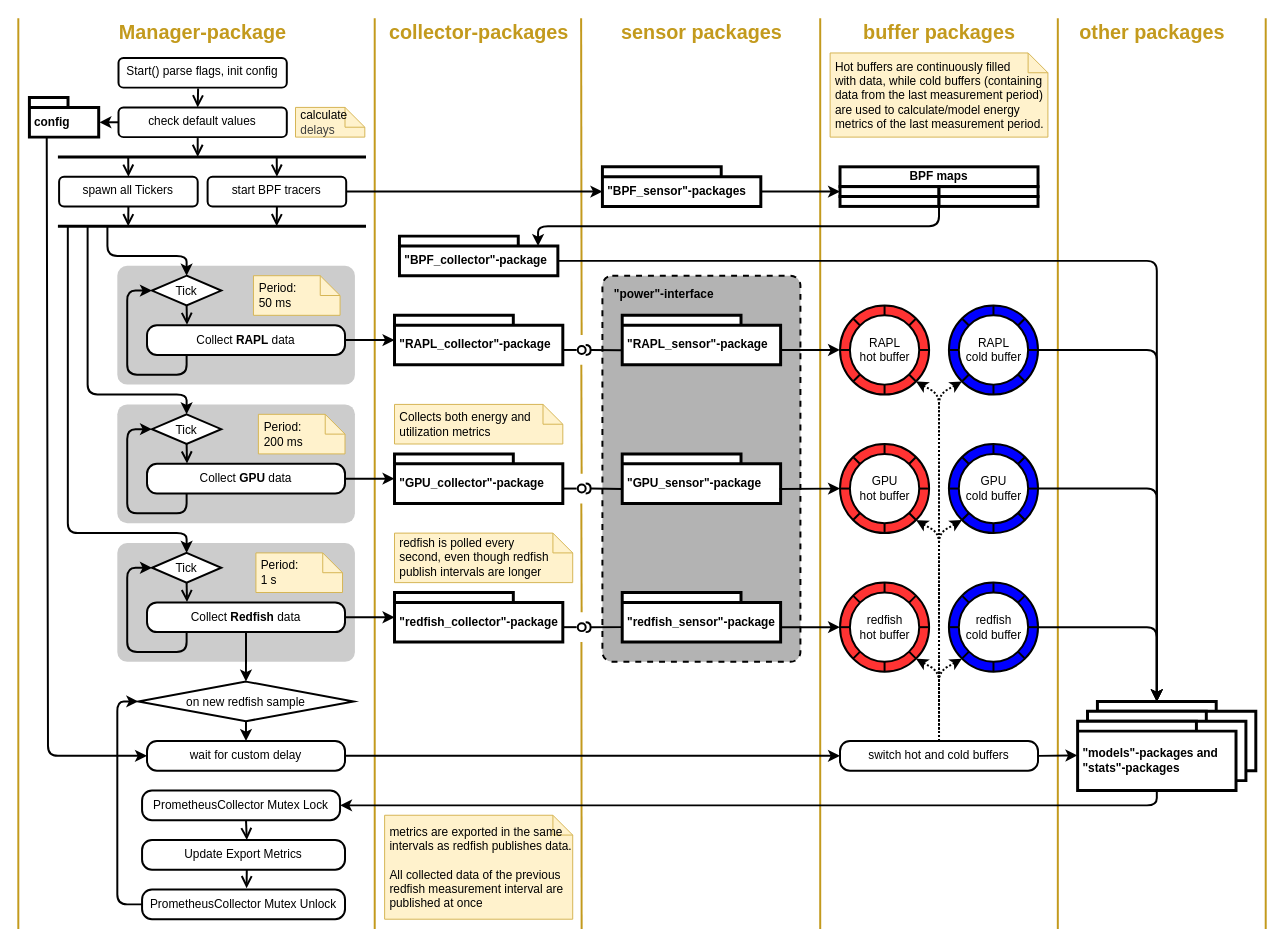
Above: doc_tycho/diagrams/drawio/tycho_activityDiagram.drawio in casparwackerle/tycho-energy (draw.io), before the change. Source tidied: cells renumbered, new cells numbered last; positions are measured from the earlier drawing's top-left corner, leaving out a move shared by most shapes. Both pictures are drawn from the tidied source at 99%, with x=0, y=0 at pixel (18, 18).
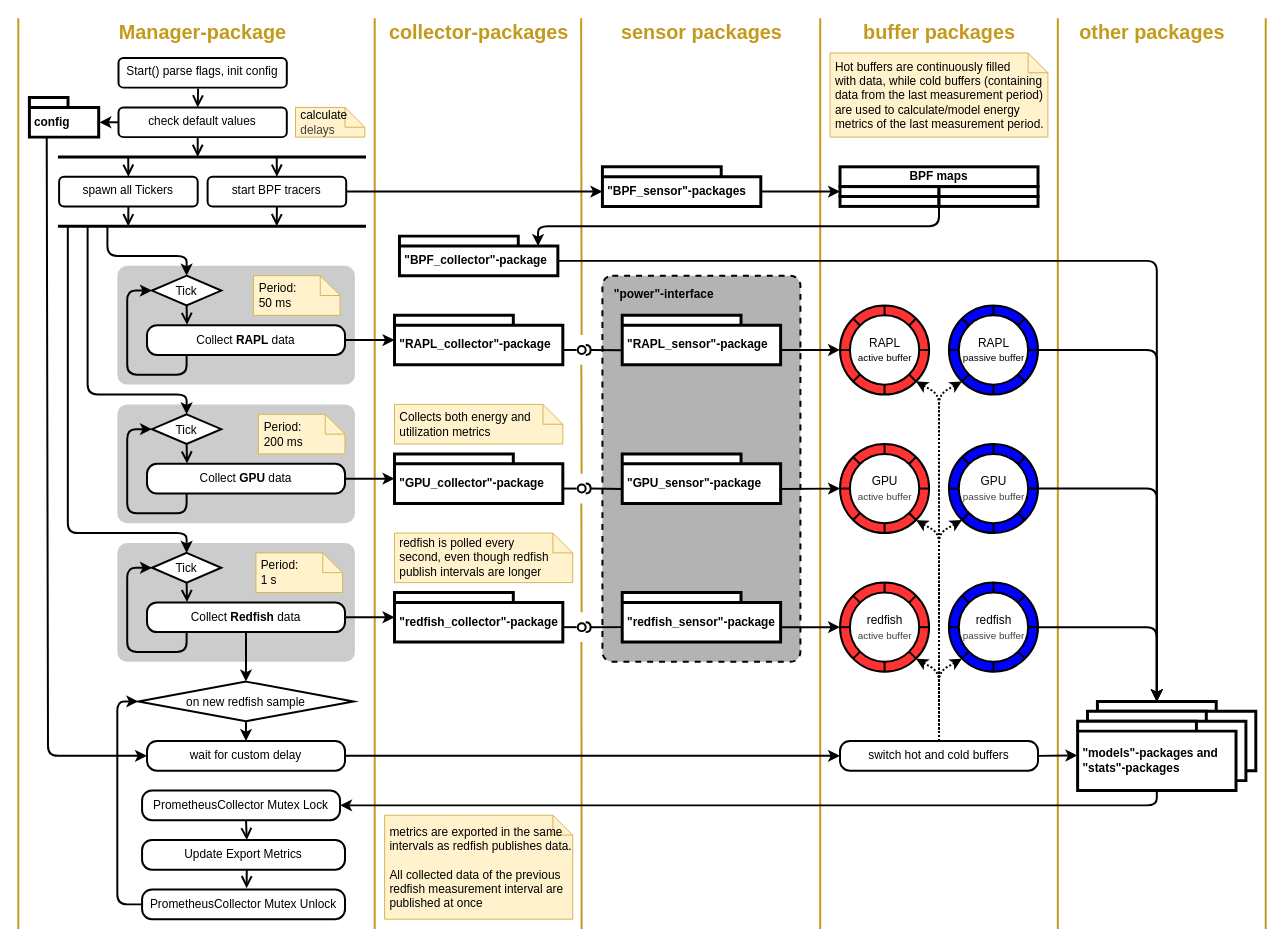
The same page after the edit.

Commit message:
hot/cold -> acctive/passive

Diff of the diagram source:
```diff
@@
-    <mxCell id="80" value="&lt;font style=&quot;color: rgb(0, 0, 0);&quot;&gt;RAPL&lt;br&gt;hot buffer&lt;/font&gt;" style="html=1;fillColor=default;strokeColor=#000000;shape=ellipse;perimeter=ellipsePerimeter;gradientColor=none;gradientDirection=north;fontColor=#ffffff;strokeWidth=2;" parent="1" vertex="1">
+    <mxCell id="80" value="&lt;font style=&quot;color: rgb(0, 0, 0);&quot;&gt;RAPL&lt;br&gt;&lt;font style=&quot;font-size: 10px;&quot;&gt;active buffer&lt;/font&gt;&lt;/font&gt;" style="html=1;fillColor=default;strokeColor=#000000;shape=ellipse;perimeter=ellipsePerimeter;gradientColor=none;gradientDirection=north;fontColor=#ffffff;strokeWidth=2;" parent="1" vertex="1">
       <mxGeometry x="840" y="300" width="70" height="70" as="geometry" />
     </mxCell>
@@
-    <mxCell id="91" value="&lt;font style=&quot;color: rgb(0, 0, 0);&quot;&gt;GPU&lt;br&gt;hot buffer&lt;/font&gt;" style="html=1;fillColor=default;strokeColor=#000000;shape=ellipse;perimeter=ellipsePerimeter;gradientColor=none;gradientDirection=north;fontColor=#ffffff;strokeWidth=2;" parent="1" vertex="1">
+    <mxCell id="91" value="&lt;font style=&quot;color: rgb(0, 0, 0);&quot;&gt;GPU&lt;br&gt;&lt;span style=&quot;color: rgb(63, 63, 63); font-size: 10px;&quot;&gt;active buffer&lt;/span&gt;&lt;/font&gt;" style="html=1;fillColor=default;strokeColor=#000000;shape=ellipse;perimeter=ellipsePerimeter;gradientColor=none;gradientDirection=north;fontColor=#ffffff;strokeWidth=2;" parent="1" vertex="1">
       <mxGeometry x="840" y="440" width="70" height="70" as="geometry" />
     </mxCell>
@@
-    <mxCell id="102" value="&lt;font style=&quot;color: rgb(0, 0, 0);&quot;&gt;redfish&lt;br&gt;hot buffer&lt;/font&gt;" style="html=1;fillColor=default;strokeColor=#000000;shape=ellipse;perimeter=ellipsePerimeter;gradientColor=none;gradientDirection=north;fontColor=#ffffff;strokeWidth=2;" parent="1" vertex="1">
+    <mxCell id="102" value="&lt;font style=&quot;color: rgb(0, 0, 0);&quot;&gt;redfish&lt;br&gt;&lt;span style=&quot;color: rgb(63, 63, 63); font-size: 10px;&quot;&gt;active buffer&lt;/span&gt;&lt;/font&gt;" style="html=1;fillColor=default;strokeColor=#000000;shape=ellipse;perimeter=ellipsePerimeter;gradientColor=none;gradientDirection=north;fontColor=#ffffff;strokeWidth=2;" parent="1" vertex="1">
       <mxGeometry x="840" y="580" width="70" height="70" as="geometry" />
     </mxCell>
@@
-    <mxCell id="113" value="&lt;font style=&quot;color: rgb(0, 0, 0);&quot;&gt;redfish&lt;br&gt;cold buffer&lt;/font&gt;" style="html=1;fillColor=default;strokeColor=#000000;shape=ellipse;perimeter=ellipsePerimeter;gradientColor=none;gradientDirection=north;fontColor=#ffffff;strokeWidth=2;" parent="1" vertex="1">
+    <mxCell id="113" value="&lt;font style=&quot;color: rgb(0, 0, 0);&quot;&gt;redfish&lt;br&gt;&lt;span style=&quot;color: rgb(63, 63, 63); font-size: 10px;&quot;&gt;passive buffer&lt;/span&gt;&lt;/font&gt;" style="html=1;fillColor=default;strokeColor=#000000;shape=ellipse;perimeter=ellipsePerimeter;gradientColor=none;gradientDirection=north;fontColor=#ffffff;strokeWidth=2;" parent="1" vertex="1">
       <mxGeometry x="950" y="580" width="70" height="70" as="geometry" />
     </mxCell>
@@
-    <mxCell id="124" value="&lt;font style=&quot;color: rgb(0, 0, 0);&quot;&gt;GPU&lt;br&gt;cold buffer&lt;/font&gt;" style="html=1;fillColor=default;strokeColor=#000000;shape=ellipse;perimeter=ellipsePerimeter;gradientColor=none;gradientDirection=north;fontColor=#ffffff;strokeWidth=2;" parent="1" vertex="1">
+    <mxCell id="124" value="&lt;font style=&quot;color: rgb(0, 0, 0);&quot;&gt;GPU&lt;br&gt;&lt;span style=&quot;color: rgb(63, 63, 63); font-size: 10px;&quot;&gt;passive buffer&lt;/span&gt;&lt;/font&gt;" style="html=1;fillColor=default;strokeColor=#000000;shape=ellipse;perimeter=ellipsePerimeter;gradientColor=none;gradientDirection=north;fontColor=#ffffff;strokeWidth=2;" parent="1" vertex="1">
       <mxGeometry x="950" y="440" width="70" height="70" as="geometry" />
     </mxCell>
@@
-    <mxCell id="135" value="&lt;font style=&quot;color: rgb(0, 0, 0);&quot;&gt;RAPL&lt;br&gt;cold buffer&lt;/font&gt;" style="html=1;fillColor=default;strokeColor=#000000;shape=ellipse;perimeter=ellipsePerimeter;gradientColor=none;gradientDirection=north;fontColor=#ffffff;strokeWidth=2;" parent="1" vertex="1">
+    <mxCell id="135" value="&lt;font style=&quot;color: rgb(0, 0, 0);&quot;&gt;RAPL&lt;br&gt;&lt;font style=&quot;font-size: 10px;&quot;&gt;passive buffer&lt;/font&gt;&lt;/font&gt;" style="html=1;fillColor=default;strokeColor=#000000;shape=ellipse;perimeter=ellipsePerimeter;gradientColor=none;gradientDirection=north;fontColor=#ffffff;strokeWidth=2;" parent="1" vertex="1">
       <mxGeometry x="950" y="300" width="70" height="70" as="geometry" />
     </mxCell>
```
